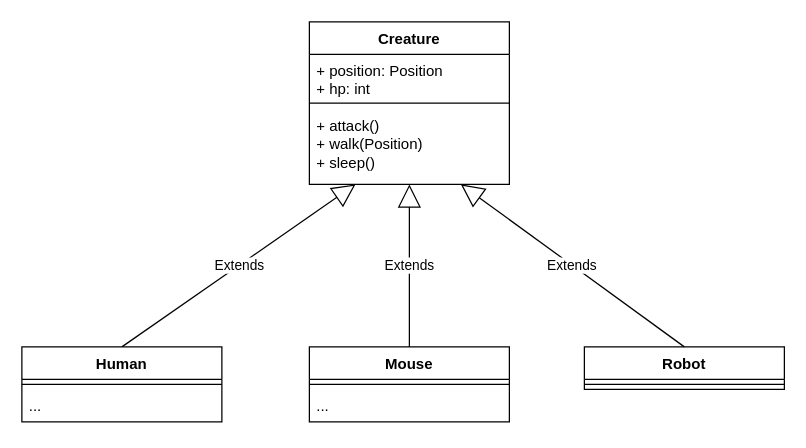
penguincarol/rattle keeps this draw.io diagram as composition_inheritance_initial_architecture.drawio. Above is the earlier version. Source tidied: cells renumbered, new cells numbered last; positions are measured from the earlier drawing's top-left corner, leaving out a move shared by most shapes. Both pictures are drawn from the tidied source at 125%, with x=0, y=0 at pixel (21, 21).
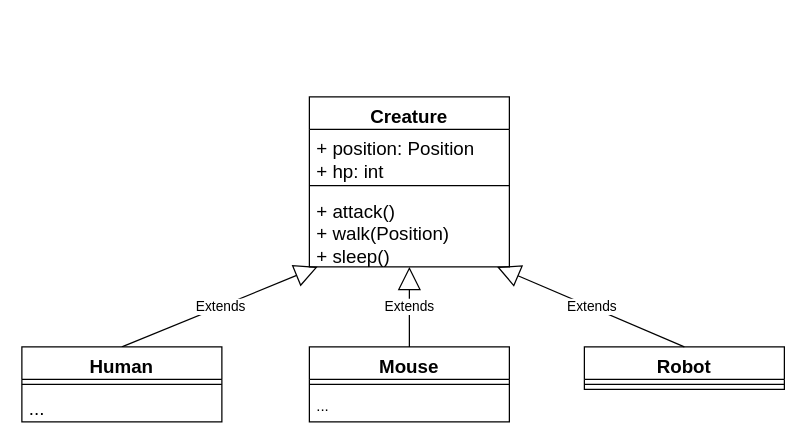
Above is the later version.

Change to the diagram source:
```diff
@@
 <mxGraphModel>
   <root>
     <mxCell id="0" />
     <mxCell id="1" parent="0" />
-    <mxCell id="2" value="Robot" style="swimlane;fontStyle=1;align=center;verticalAlign=top;horizontal=1;startSize=26;whiteSpace=wrap;html=1;" parent="1" vertex="1">
+    <mxCell id="2" value="&lt;font style=&quot;font-size: 15px;&quot;&gt;Robot&lt;/font&gt;" style="swimlane;fontStyle=1;align=center;verticalAlign=top;horizontal=1;startSize=26;whiteSpace=wrap;html=1;" parent="1" vertex="1">
       <mxGeometry x="450" y="260" width="160" height="34" as="geometry" />
     </mxCell>
     <mxCell id="3" style="line;strokeWidth=1;fillColor=none;align=left;verticalAlign=middle;spacingTop=-1;spacingLeft=3;spacingRight=3;labelPosition=right;strokeColor=inherit;" parent="2" vertex="1">
       <mxGeometry y="26" width="160" height="8" as="geometry" />
     </mxCell>
-    <mxCell id="4" value="Creature" style="swimlane;fontStyle=1;align=center;verticalAlign=top;horizontal=1;startSize=26;whiteSpace=wrap;html=1;" parent="1" vertex="1">
-      <mxGeometry x="230" width="160" height="130" as="geometry" />
+    <mxCell id="4" value="&lt;font style=&quot;font-size: 15px;&quot;&gt;Creature&lt;/font&gt;" style="swimlane;fontStyle=1;align=center;verticalAlign=top;horizontal=1;startSize=26;whiteSpace=wrap;html=1;" parent="1" vertex="1">
+      <mxGeometry x="230" y="60" width="160" height="136" as="geometry" />
     </mxCell>
-    <mxCell id="5" value="&lt;div&gt;+ position: Position&lt;/div&gt;&lt;div&gt;+ hp: int&lt;br&gt;&lt;/div&gt;" style="text;strokeColor=none;fillColor=none;align=left;verticalAlign=top;spacingLeft=4;spacingRight=4;overflow=hidden;whiteSpace=wrap;html=1;" parent="4" vertex="1">
-      <mxGeometry y="26" width="160" height="34" as="geometry" />
+    <mxCell id="5" value="&lt;div style=&quot;font-size: 15px;&quot;&gt;&lt;font style=&quot;font-size: 15px;&quot;&gt;+ position: Position&lt;/font&gt;&lt;/div&gt;&lt;div style=&quot;font-size: 15px;&quot;&gt;&lt;font style=&quot;font-size: 15px;&quot;&gt;+ hp: int&lt;font style=&quot;font-size: 15px;&quot;&gt;&lt;br&gt;&lt;/font&gt;&lt;/font&gt;&lt;/div&gt;" style="text;strokeColor=none;fillColor=none;align=left;verticalAlign=top;spacingLeft=4;spacingRight=4;overflow=hidden;whiteSpace=wrap;html=1;" parent="4" vertex="1">
+      <mxGeometry y="26" width="160" height="40" as="geometry" />
     </mxCell>
     <mxCell id="6" style="line;strokeWidth=1;fillColor=none;align=left;verticalAlign=middle;spacingTop=-1;spacingLeft=3;spacingRight=3;labelPosition=right;strokeColor=inherit;" parent="4" vertex="1">
-      <mxGeometry y="60" width="160" height="10" as="geometry" />
+      <mxGeometry y="66" width="160" height="10" as="geometry" />
     </mxCell>
-    <mxCell id="7" value="&lt;div&gt;+ attack()&lt;br&gt;&lt;/div&gt;&lt;div&gt;+ walk(Position)&lt;/div&gt;&lt;div&gt;+ sleep()&lt;br&gt;&lt;/div&gt;" style="text;strokeColor=none;fillColor=none;align=left;verticalAlign=top;spacingLeft=4;spacingRight=4;overflow=hidden;points=[[0,0.5],[1,0.5]];portConstraint=eastwest;whiteSpace=wrap;html=1;" parent="4" vertex="1">
-      <mxGeometry y="70" width="160" height="60" as="geometry" />
+    <mxCell id="7" value="&lt;div style=&quot;font-size: 15px;&quot;&gt;&lt;font style=&quot;font-size: 15px;&quot;&gt;+ attack()&lt;br&gt;&lt;/font&gt;&lt;/div&gt;&lt;div style=&quot;font-size: 15px;&quot;&gt;&lt;font style=&quot;font-size: 15px;&quot;&gt;+ walk(Position)&lt;/font&gt;&lt;/div&gt;&lt;div style=&quot;font-size: 15px;&quot;&gt;&lt;font style=&quot;font-size: 15px;&quot;&gt;+ sleep()&lt;/font&gt;&lt;br&gt;&lt;/div&gt;" style="text;strokeColor=none;fillColor=none;align=left;verticalAlign=top;spacingLeft=4;spacingRight=4;overflow=hidden;points=[[0,0.5],[1,0.5]];portConstraint=eastwest;whiteSpace=wrap;html=1;" parent="4" vertex="1">
+      <mxGeometry y="76" width="160" height="60" as="geometry" />
     </mxCell>
     <mxCell id="8" value="Extends" style="endArrow=block;endSize=16;endFill=0;html=1;rounded=0;exitX=0.5;exitY=0;exitDx=0;exitDy=0;entryX=0.5;entryY=1;entryDx=0;entryDy=0;" parent="1" edge="1" target="4">
       <mxGeometry relative="1" as="geometry">
         <mxPoint x="310" y="260" as="sourcePoint" />
       </mxGeometry>
     </mxCell>
     <mxCell id="9" value="Extends" style="endArrow=block;endSize=16;endFill=0;html=1;rounded=0;exitX=0.5;exitY=0;exitDx=0;exitDy=0;" parent="1" edge="1" source="2" target="7">
       <mxGeometry relative="1" as="geometry" />
     </mxCell>
     <mxCell id="10" value="Extends" style="endArrow=block;endSize=16;endFill=0;html=1;rounded=0;exitX=0.5;exitY=0;exitDx=0;exitDy=0;" parent="1" edge="1" target="7">
       <mxGeometry relative="1" as="geometry">
         <mxPoint x="80" y="260" as="sourcePoint" />
       </mxGeometry>
     </mxCell>
-    <mxCell id="11" value="Mouse" style="swimlane;fontStyle=1;align=center;verticalAlign=top;horizontal=1;startSize=26;whiteSpace=wrap;html=1;" parent="1" vertex="1">
+    <mxCell id="11" value="&lt;font style=&quot;font-size: 15px;&quot;&gt;Mouse&lt;/font&gt;" style="swimlane;fontStyle=1;align=center;verticalAlign=top;horizontal=1;startSize=26;whiteSpace=wrap;html=1;" parent="1" vertex="1">
       <mxGeometry x="230" y="260" width="160" height="60" as="geometry" />
     </mxCell>
     <mxCell id="12" style="line;strokeWidth=1;fillColor=none;align=left;verticalAlign=middle;spacingTop=-1;spacingLeft=3;spacingRight=3;labelPosition=right;strokeColor=inherit;" parent="11" vertex="1">
       <mxGeometry y="26" width="160" height="8" as="geometry" />
     </mxCell>
     <mxCell id="13" value="..." style="text;strokeColor=none;fillColor=none;align=left;verticalAlign=top;spacingLeft=4;spacingRight=4;overflow=hidden;whiteSpace=wrap;html=1;" parent="11" vertex="1">
       <mxGeometry y="34" width="160" height="26" as="geometry" />
     </mxCell>
-    <mxCell id="14" value="Human" style="swimlane;fontStyle=1;align=center;verticalAlign=top;horizontal=1;startSize=26;whiteSpace=wrap;html=1;" parent="1" vertex="1">
+    <mxCell id="14" value="&lt;font style=&quot;font-size: 15px;&quot;&gt;Human&lt;/font&gt;" style="swimlane;fontStyle=1;align=center;verticalAlign=top;horizontal=1;startSize=26;whiteSpace=wrap;html=1;" parent="1" vertex="1">
       <mxGeometry y="260" width="160" height="60" as="geometry" />
     </mxCell>
     <mxCell id="15" style="line;strokeWidth=1;fillColor=none;align=left;verticalAlign=middle;spacingTop=-1;spacingLeft=3;spacingRight=3;labelPosition=right;strokeColor=inherit;" parent="14" vertex="1">
       <mxGeometry y="26" width="160" height="8" as="geometry" />
     </mxCell>
-    <mxCell id="16" value="..." style="text;strokeColor=none;fillColor=none;align=left;verticalAlign=top;spacingLeft=4;spacingRight=4;overflow=hidden;whiteSpace=wrap;html=1;" parent="14" vertex="1">
+    <mxCell id="16" value="&lt;font style=&quot;font-size: 15px;&quot;&gt;...&lt;/font&gt;" style="text;strokeColor=none;fillColor=none;align=left;verticalAlign=top;spacingLeft=4;spacingRight=4;overflow=hidden;whiteSpace=wrap;html=1;" parent="14" vertex="1">
       <mxGeometry y="34" width="160" height="26" as="geometry" />
     </mxCell>
   </root>
 </mxGraphModel>
```
